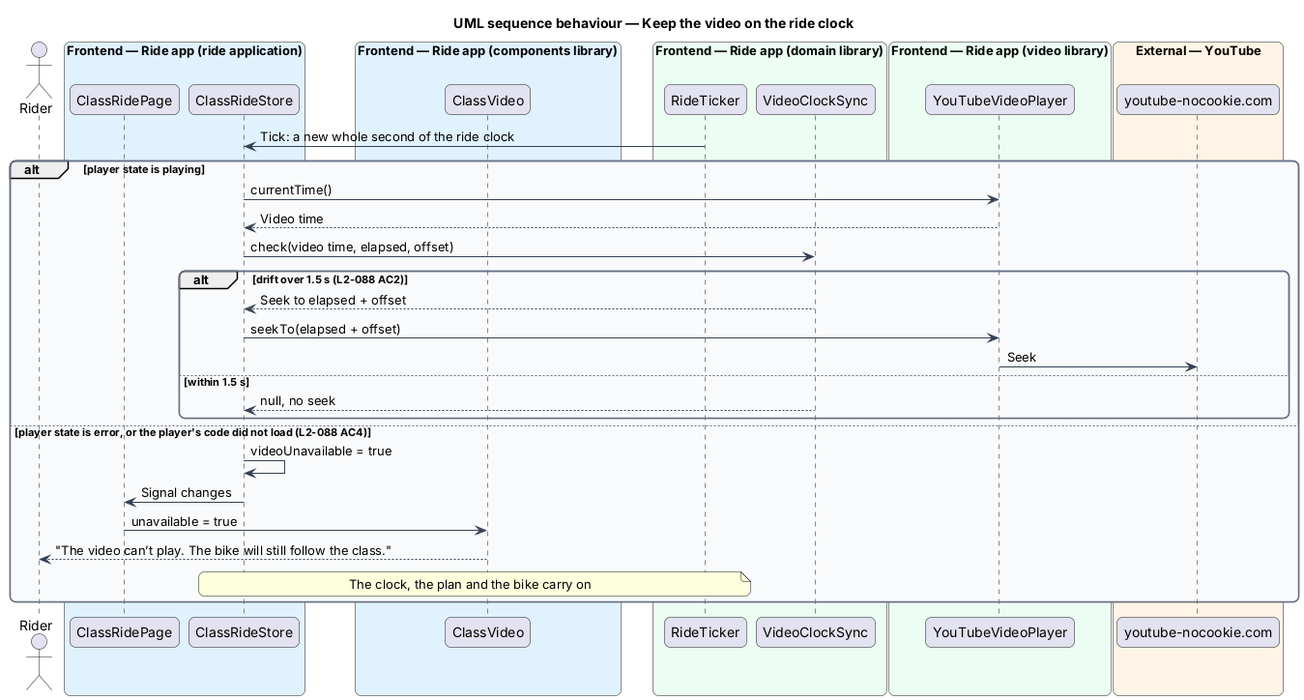
Earlier version of the PlantUML export docs/detailed-designs/class-ride/ride-the-class/diagrams/sequence-keep-the-video-on-the-clock.png (QuinntyneBrown/ride-one).
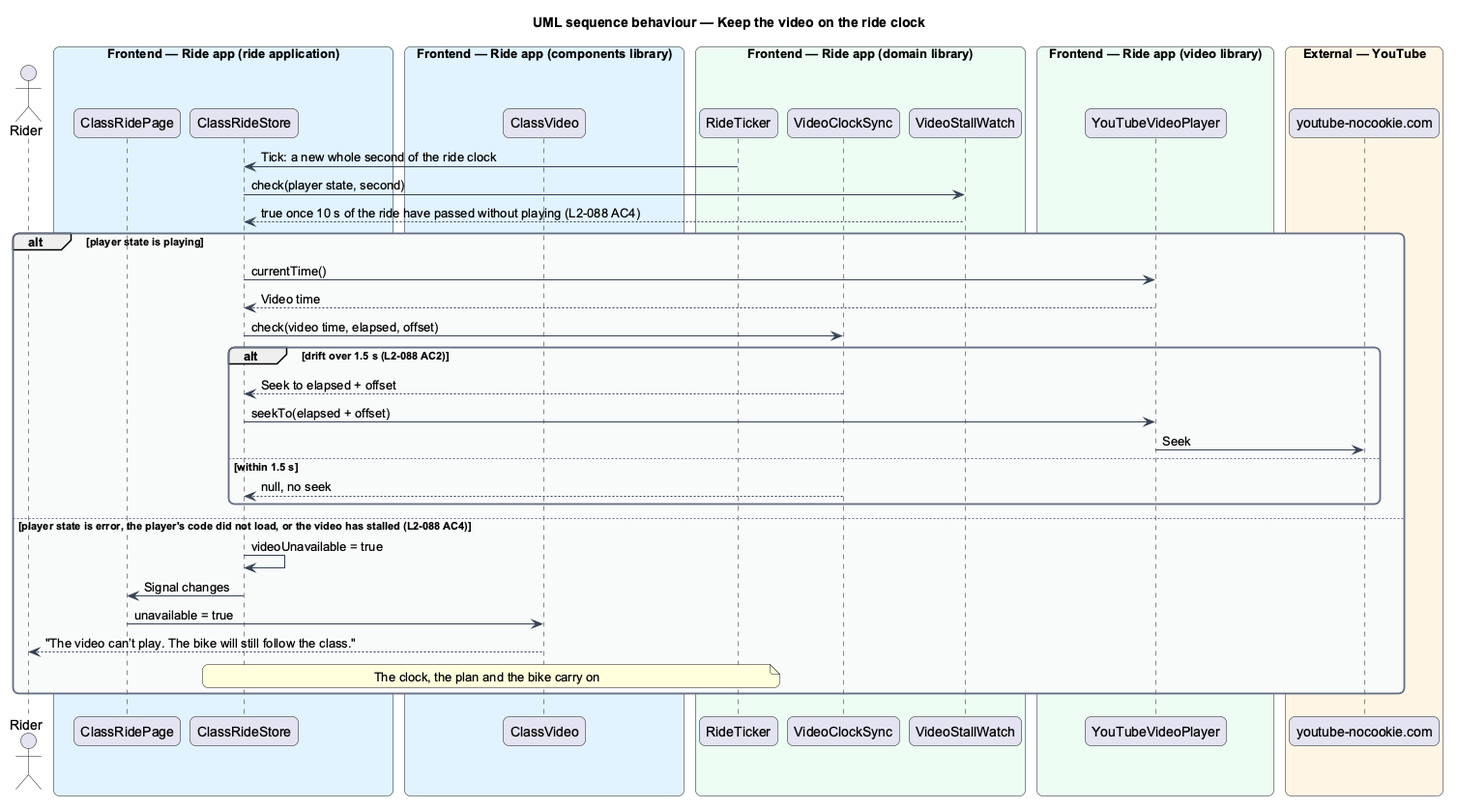
After the commit.

Change to the diagram source:
```diff
@@ -25,6 +25,7 @@
 box "Frontend — Ride app (domain library)" #ECFDF3
   participant "RideTicker" as ticker
   participant "VideoClockSync" as sync
+  participant "VideoStallWatch" as stall
 end box
 box "Frontend — Ride app (video library)" #ECFDF3
   participant "YouTubeVideoPlayer" as player
@@ -33,6 +34,8 @@
   participant "youtube-nocookie.com" as yt
 end box
 ticker -> store : Tick: a new whole second of the ride clock
+store -> stall : check(player state, second)
+stall --> store : true once 10 s of the ride have passed without playing (L2-088 AC4)
 alt player state is playing
   store -> player : currentTime()
   player --> store : Video time
@@ -44,7 +47,7 @@
   else within 1.5 s
     sync --> store : null, no seek
   end
-else player state is error, or the player's code did not load (L2-088 AC4)
+else player state is error, the player's code did not load, or the video has stalled (L2-088 AC4)
   store -> store : videoUnavailable = true
   store -> page : Signal changes
   page -> cvideo : unavailable = true
```
